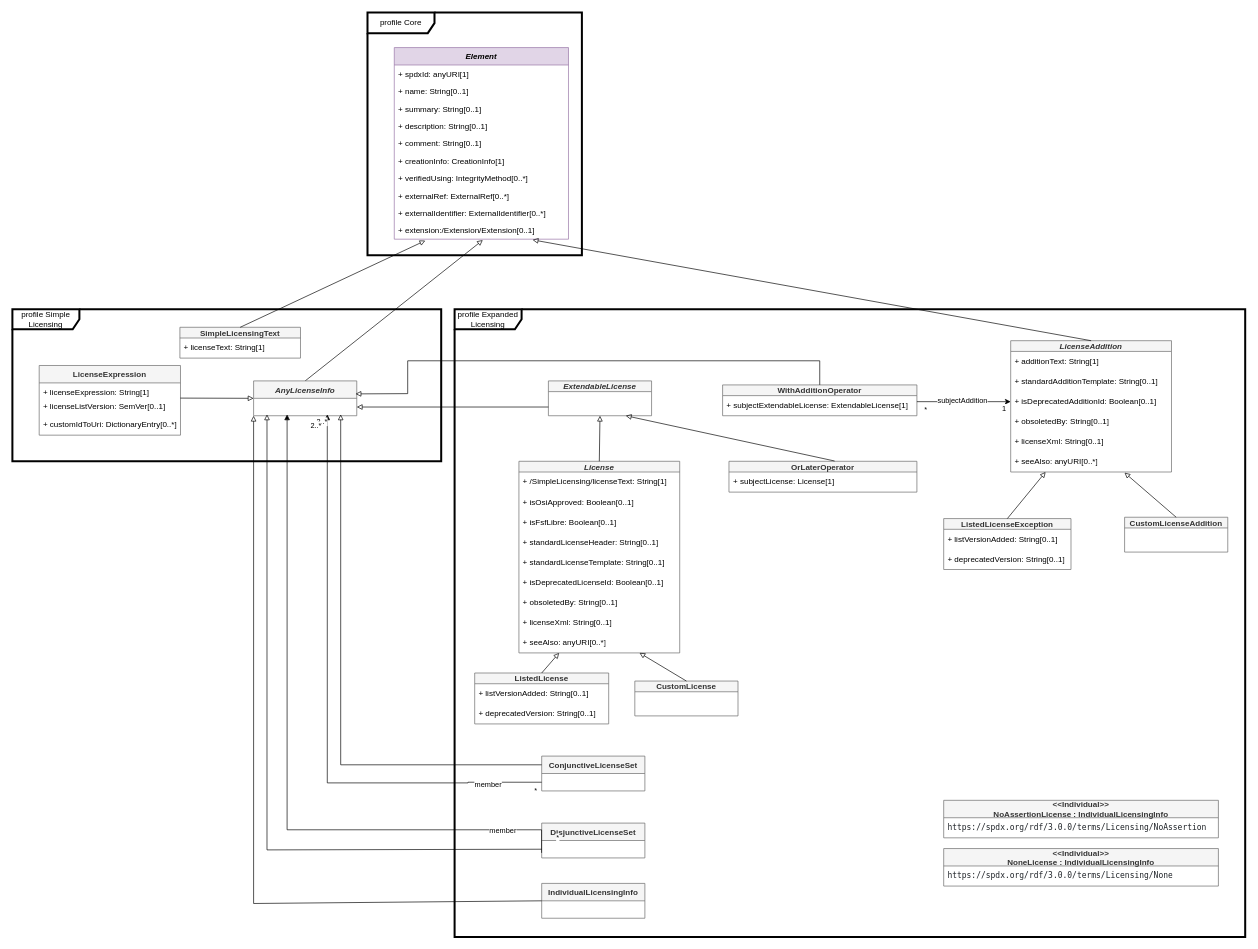
This is page "Licensing" (5 of 11) of model.drawio from spdx/spdx-3-model, a draw.io file, before an edit. Source tidied: cells renumbered, new cells numbered last; positions are measured from the earlier drawing's top-left corner, leaving out a move shared by most shapes. Both pictures are drawn from the tidied source at 67%, with x=0, y=0 at pixel (12, 12).
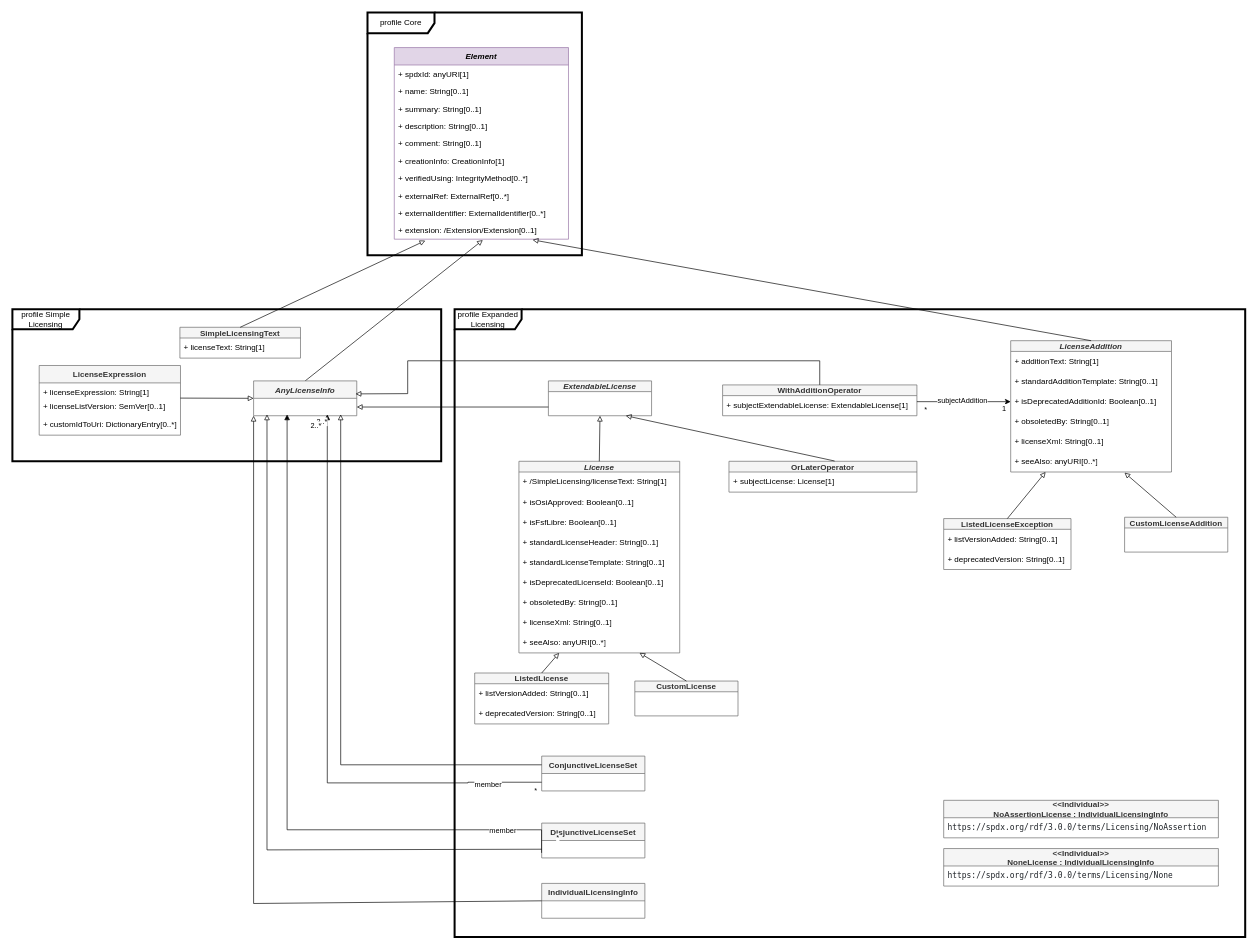
Above is the later version.

The change refers to these unchanged cells:
```xml
<mxCell id="6" value="Element" style="swimlane;fontStyle=3;horizontal=1;startSize=26;fillColor=#e1d5e7;strokeColor=#9673a6;" parent="1" vertex="1">
  <mxGeometry x="570" y="52.5" width="260" height="286" as="geometry" />
</mxCell>
```

Diff of the diagram source:
```diff
@@
-    <mxCell id="16" value="+ extension:/Extension/Extension[0..1]" style="text;strokeColor=none;fillColor=none;align=left;verticalAlign=top;spacingLeft=4;spacingRight=4;overflow=hidden;points=[[0,0.5],[1,0.5]];portConstraint=eastwest;" parent="6" vertex="1">
+    <mxCell id="16" value="+ extension: /Extension/Extension[0..1]" style="text;strokeColor=none;fillColor=none;align=left;verticalAlign=top;spacingLeft=4;spacingRight=4;overflow=hidden;points=[[0,0.5],[1,0.5]];portConstraint=eastwest;" parent="6" vertex="1">
       <mxGeometry y="260" width="260" height="26" as="geometry" />
     </mxCell>
```
